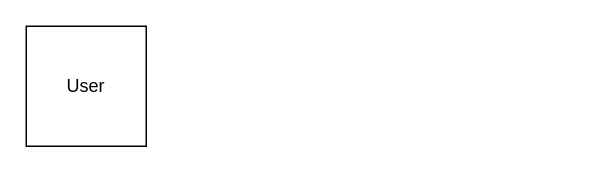
Before: PMS Diagram.drawio in ashugupta1/PMS, a draw.io diagram. Source tidied: cells renumbered, new cells numbered last; positions are measured from the earlier drawing's top-left corner, leaving out a move shared by most shapes. Both pictures are drawn from the tidied source at 150%, with x=0, y=0 at pixel (26, 26).
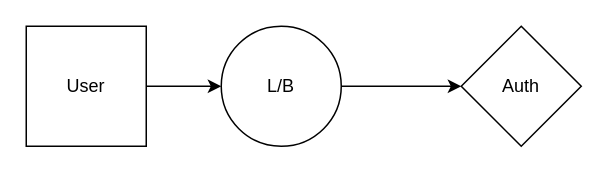
The same diagram, later.

Change to the diagram source:
```diff
@@
 <mxGraphModel>
   <root>
     <mxCell id="0" />
     <mxCell id="1" parent="0" />
+    <mxCell id="3" style="edgeStyle=orthogonalEdgeStyle;rounded=0;jettySize=auto;html=1;" parent="1" edge="1" source="2" target="5">
+      <mxGeometry relative="1" as="geometry" />
+    </mxCell>
     <mxCell id="2" value="User" style="whiteSpace=wrap;html=1;" parent="1" vertex="1">
       <mxGeometry width="80" height="80" as="geometry" />
     </mxCell>
+    <mxCell id="4" style="edgeStyle=orthogonalEdgeStyle;rounded=0;jettySize=auto;html=1;" parent="1" edge="1" source="5" target="6">
+      <mxGeometry relative="1" as="geometry" />
+    </mxCell>
+    <mxCell id="5" value="L/B" style="ellipse;whiteSpace=wrap;html=1;" parent="1" vertex="1">
+      <mxGeometry x="130" width="80" height="80" as="geometry" />
+    </mxCell>
+    <mxCell id="6" value="Auth" style="rhombus;whiteSpace=wrap;html=1;" parent="1" vertex="1">
+      <mxGeometry x="290" width="80" height="80" as="geometry" />
+    </mxCell>
   </root>
 </mxGraphModel>
```
